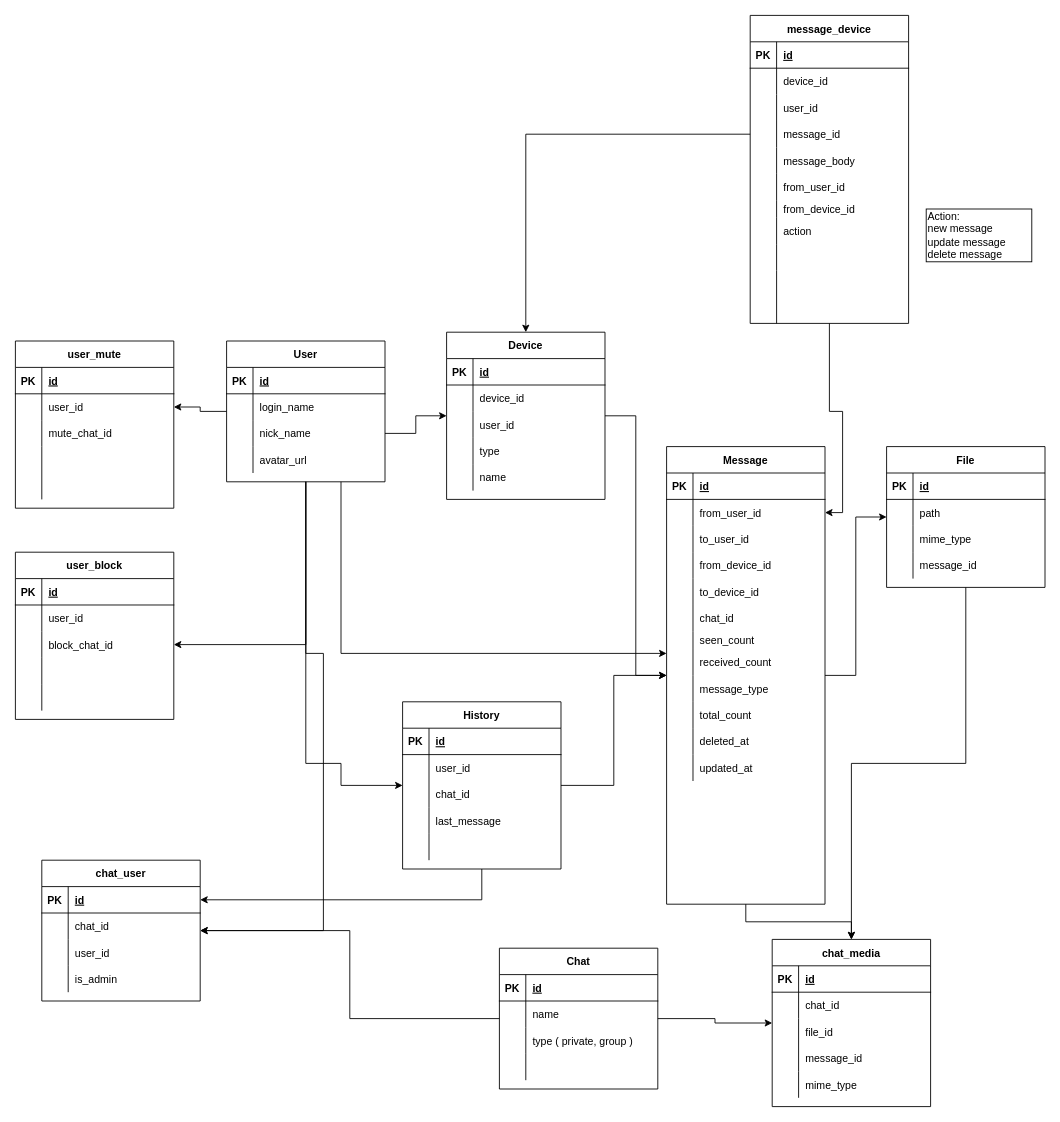
This is documents/database.drawio from cloverstudio/Spika3, a draw.io file, before an edit. Source tidied: cells renumbered, new cells numbered last; positions are measured from the earlier drawing's top-left corner, leaving out a move shared by most shapes. Both pictures are drawn from the tidied source at 88%, with x=0, y=0 at pixel (15, 15).
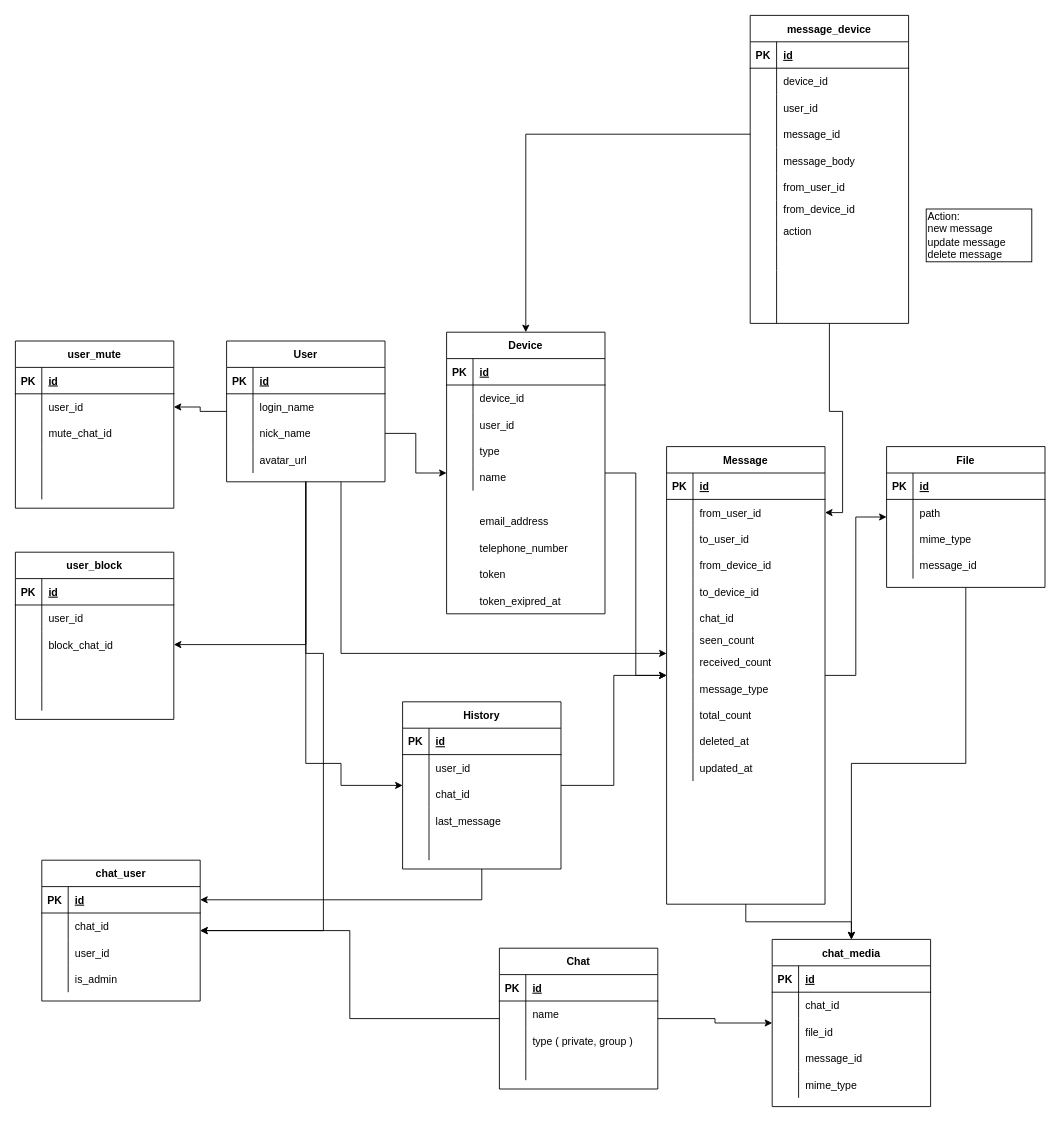
The same page after the edit.

What changed in the source:
```diff
@@
     <mxCell id="21" value="Device" style="shape=table;startSize=30;childLayout=tableLayout;rowLines=0;fontStyle=1;align=center;" parent="1" vertex="1">
-      <mxGeometry x="490" y="360" width="180" height="190" as="geometry" />
+      <mxGeometry x="490" y="360" width="180" height="320" as="geometry" />
     </mxCell>
@@
+    <mxCell id="222" value="token" style="shape=partialRectangle;fillColor=none;top=0;left=0;bottom=0;right=0;align=left;spacingLeft=6;overflow=hidden;" parent="1" vertex="1">
+      <mxGeometry x="520" y="620" width="150" height="30" as="geometry" />
+    </mxCell>
+    <mxCell id="223" value="token_exipred_at" style="shape=partialRectangle;fillColor=none;top=0;left=0;bottom=0;right=0;align=left;spacingLeft=6;overflow=hidden;" parent="1" vertex="1">
+      <mxGeometry x="520" y="650" width="150" height="30" as="geometry" />
+    </mxCell>
+    <mxCell id="224" value="telephone_number" style="shape=partialRectangle;fillColor=none;top=0;left=0;bottom=0;right=0;align=left;spacingLeft=6;overflow=hidden;" parent="1" vertex="1">
+      <mxGeometry x="520" y="590" width="150" height="30" as="geometry" />
+    </mxCell>
+    <mxCell id="225" value="email_address" style="shape=partialRectangle;fillColor=none;top=0;left=0;bottom=0;right=0;align=left;spacingLeft=6;overflow=hidden;" parent="1" vertex="1">
+      <mxGeometry x="520" y="560" width="150" height="30" as="geometry" />
+    </mxCell>
```
